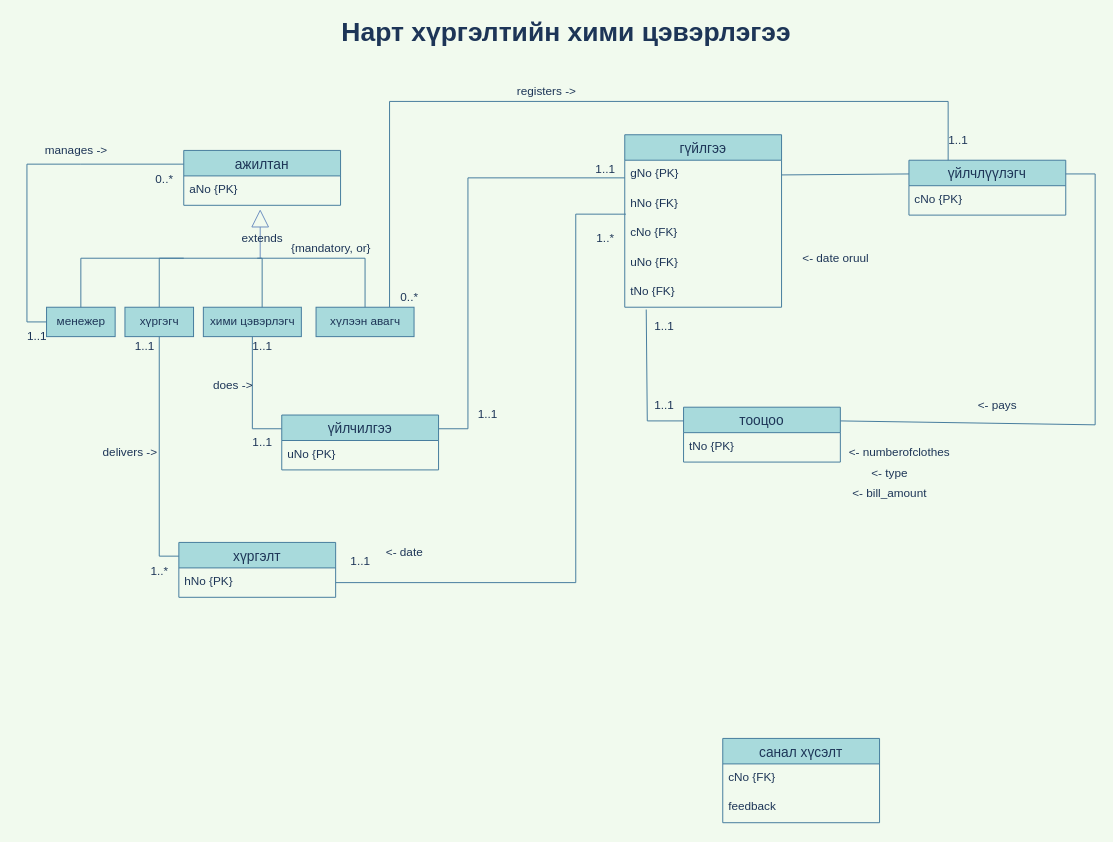
Above: page "Page-4" (4 of 4) of Untitled Diagram.drawio in Tseku210/database_ERD (draw.io), before the change. Source tidied: cells renumbered, new cells numbered last; positions are measured from the earlier drawing's top-left corner, leaving out a move shared by most shapes. Both pictures are drawn from the tidied source at 98%, with x=0, y=0 at pixel (17, 23).
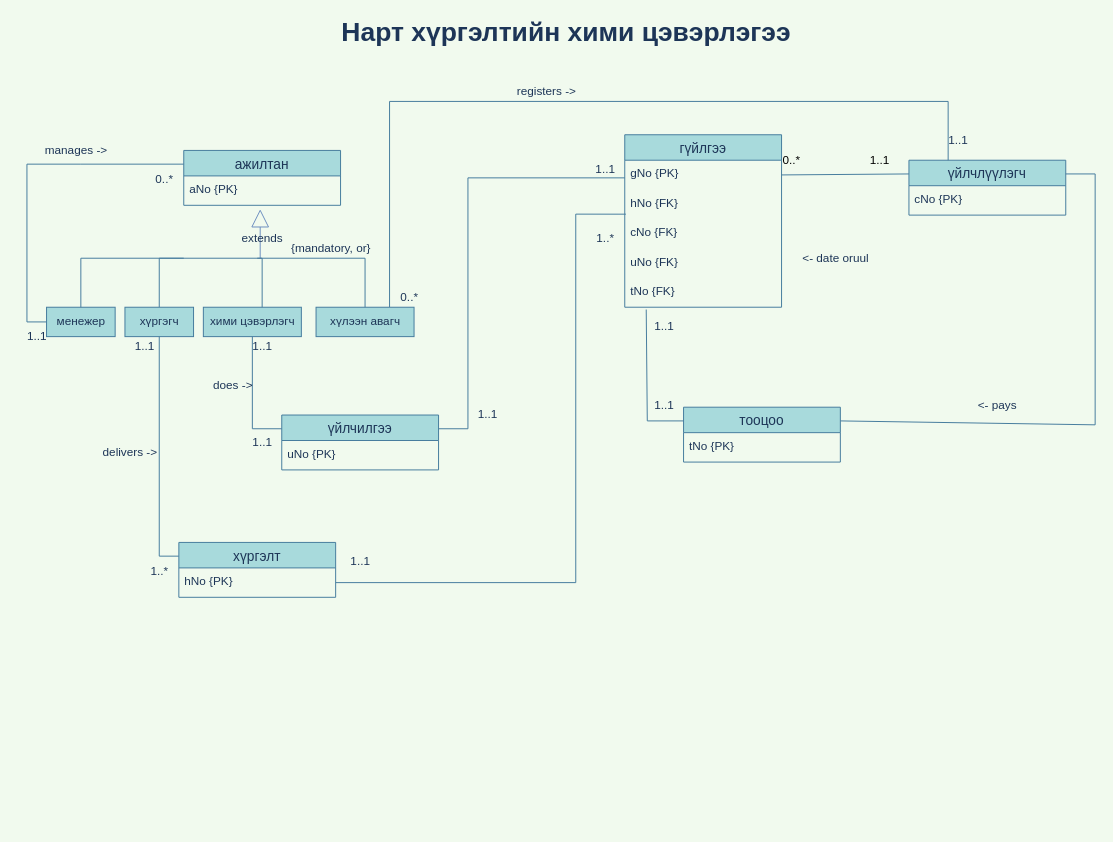
Above is the later version.

Change to the diagram source:
```diff
@@
-    <mxCell id="18" value="санал хүсэлт" style="swimlane;fontStyle=0;horizontal=1;startSize=26;align=center;fontSize=14;fillColor=#A8DADC;strokeColor=#457B9D;fontColor=#1D3557;" parent="1" vertex="1">
-      <mxGeometry x="720" y="730" width="160" height="86" as="geometry" />
-    </mxCell>
-    <mxCell id="19" value="cNo {FK}" style="text;strokeColor=none;fillColor=none;spacingLeft=4;spacingRight=4;overflow=hidden;fontSize=12;fontColor=#1D3557;" parent="18" vertex="1">
-      <mxGeometry y="26" width="160" height="30" as="geometry" />
-    </mxCell>
-    <mxCell id="20" value="feedback" style="text;strokeColor=none;fillColor=none;spacingLeft=4;spacingRight=4;overflow=hidden;fontSize=12;fontColor=#1D3557;" parent="18" vertex="1">
-      <mxGeometry y="56" width="160" height="30" as="geometry" />
-    </mxCell>
@@
-    <mxCell id="62" value="&amp;lt;- date" style="text;html=1;align=center;verticalAlign=middle;strokeColor=none;fillColor=none;fontSize=12;fontColor=#1D3557;" parent="1" vertex="1">
-      <mxGeometry x="370" y="530" width="50" height="20" as="geometry" />
-    </mxCell>
-    <mxCell id="63" value="&amp;lt;- numberofclothes" style="text;html=1;align=center;verticalAlign=middle;strokeColor=none;fillColor=none;fontSize=12;fontColor=#1D3557;" parent="1" vertex="1">
-      <mxGeometry x="840" y="428" width="120" height="20" as="geometry" />
-    </mxCell>
-    <mxCell id="64" value="&amp;lt;- type" style="text;html=1;align=center;verticalAlign=middle;strokeColor=none;fillColor=none;fontSize=12;fontColor=#1D3557;" parent="1" vertex="1">
-      <mxGeometry x="865" y="450" width="50" height="20" as="geometry" />
-    </mxCell>
-    <mxCell id="65" value="&amp;lt;- bill_amount" style="text;html=1;align=center;verticalAlign=middle;strokeColor=none;fillColor=none;fontSize=12;fontColor=#1D3557;" parent="1" vertex="1">
-      <mxGeometry x="845" y="470" width="90" height="20" as="geometry" />
-    </mxCell>
+    <mxCell id="66" value="0..*" style="text;html=1;align=center;verticalAlign=middle;strokeColor=none;fillColor=none;" parent="1" vertex="1">
+      <mxGeometry x="775" y="130" width="30" height="20" as="geometry" />
+    </mxCell>
+    <mxCell id="67" value="1..1" style="text;html=1;align=center;verticalAlign=middle;strokeColor=none;fillColor=none;" parent="1" vertex="1">
+      <mxGeometry x="860" y="130" width="40" height="20" as="geometry" />
+    </mxCell>
```
